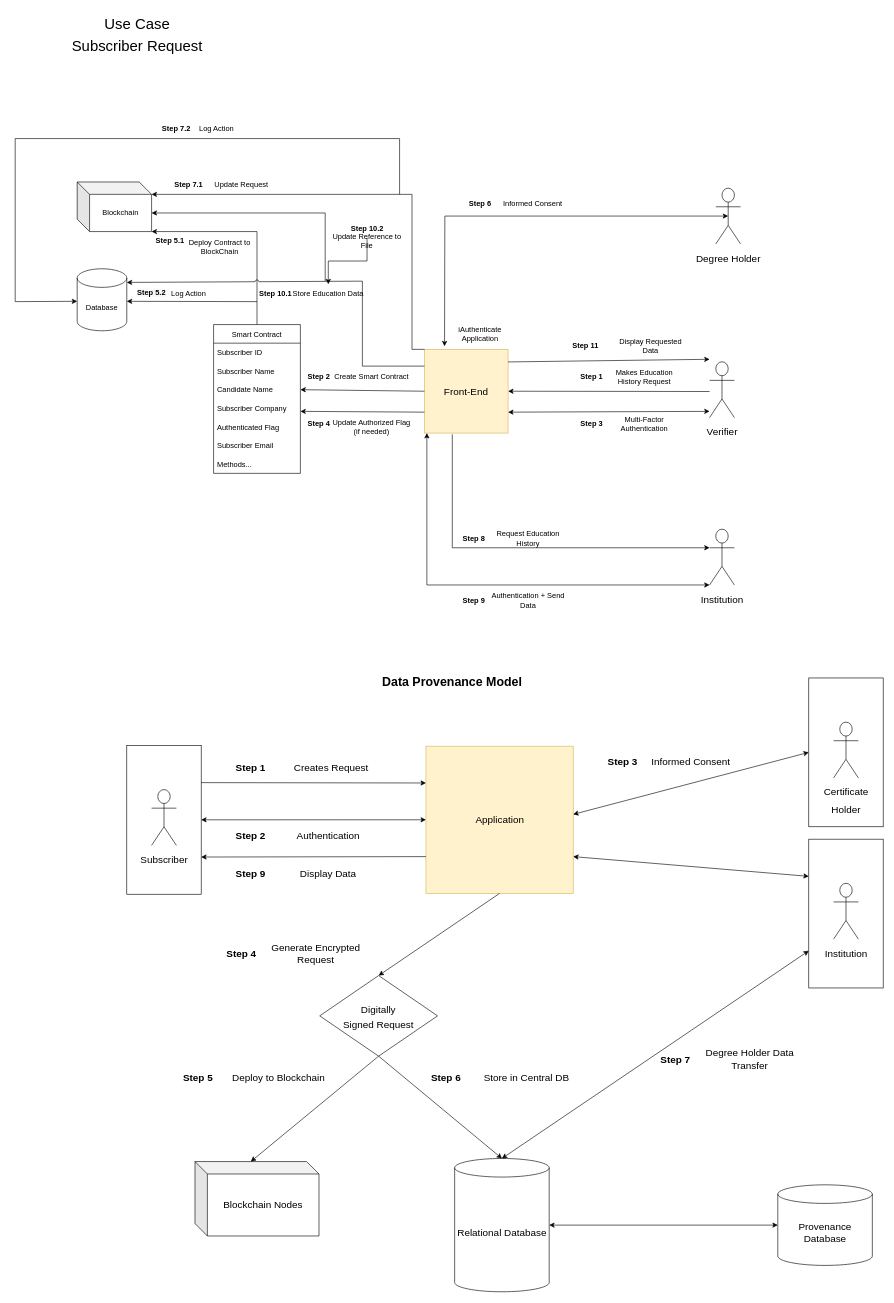
Before: AuthenticatorAppUses.drawio in tkalp/AuthenticatorApp, a draw.io diagram. Source tidied: cells renumbered, new cells numbered last; positions are measured from the earlier drawing's top-left corner, leaving out a move shared by most shapes. Both pictures are drawn from the tidied source at 62%, with x=0, y=0 at pixel (15, 20).
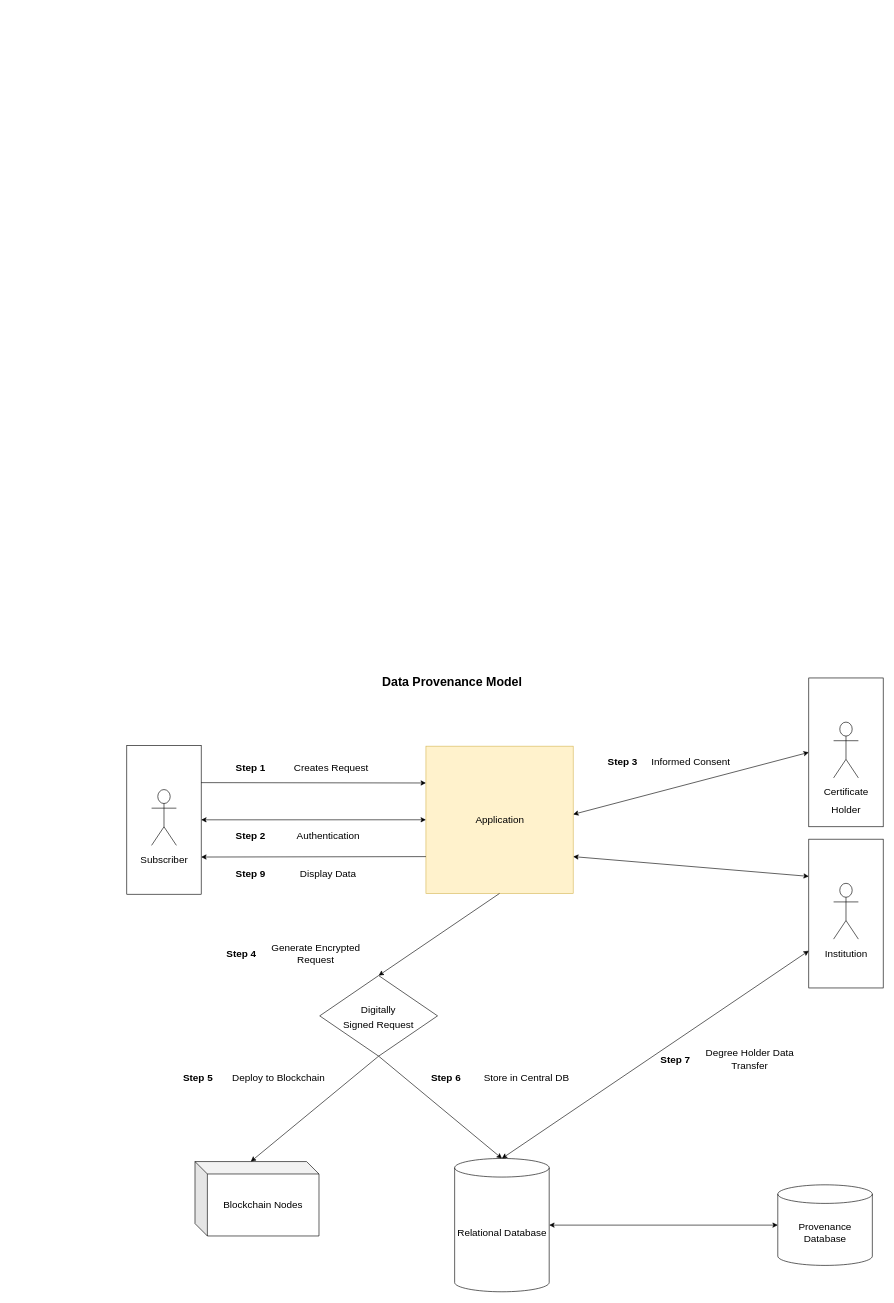
Above is the later version.

What changed in the source:
```diff
@@
-    <mxCell id="2" value="&lt;font style=&quot;font-size: 24px&quot;&gt;Use Case Subscriber Request&lt;/font&gt;" style="text;html=1;strokeColor=none;fillColor=none;align=center;verticalAlign=middle;whiteSpace=wrap;rounded=0;fontSize=30;fontColor=default;" parent="1" vertex="1">
-      <mxGeometry x="82.5" width="227.5" height="40" as="geometry" />
-    </mxCell>
-    <mxCell id="3" value="&lt;font style=&quot;font-size: 16px&quot;&gt;Verifier&lt;br&gt;&lt;br&gt;&lt;/font&gt;" style="shape=umlActor;verticalLabelPosition=bottom;verticalAlign=top;html=1;fontSize=24;fillColor=default;strokeColor=default;fontColor=default;" parent="1" vertex="1">
-      <mxGeometry x="1120" y="550" width="40" height="90" as="geometry" />
-    </mxCell>
-    <mxCell id="4" style="endArrow=classic;html=1;rounded=0;fontSize=16;entryX=1;entryY=0.5;entryDx=0;entryDy=0;strokeColor=default;labelBackgroundColor=default;fontColor=default;" parent="1" edge="1" target="5">
-      <mxGeometry relative="1" as="geometry">
-        <mxPoint x="1120" y="598" as="sourcePoint" />
-      </mxGeometry>
-    </mxCell>
-    <mxCell id="5" value="Front-End" style="whiteSpace=wrap;html=1;fontSize=16;fillColor=#fff2cc;strokeColor=#d6b656;fontColor=default;" parent="1" vertex="1">
-      <mxGeometry x="660" y="530" width="135" height="135" as="geometry" />
-    </mxCell>
-    <mxCell id="6" value="iAuthenticate Application" style="text;html=1;strokeColor=none;fillColor=none;align=center;verticalAlign=middle;whiteSpace=wrap;rounded=0;fontSize=12;fontColor=default;" parent="1" vertex="1">
-      <mxGeometry x="700" y="490" width="100" height="30" as="geometry" />
-    </mxCell>
-    <mxCell id="7" value="&lt;b&gt;Step 1&lt;/b&gt;" style="text;html=1;strokeColor=none;fillColor=none;align=center;verticalAlign=middle;whiteSpace=wrap;rounded=0;fontSize=12;fontColor=default;" parent="1" vertex="1">
-      <mxGeometry x="900" y="560" width="60" height="30" as="geometry" />
-    </mxCell>
-    <mxCell id="8" value="Makes Education History Request" style="text;html=1;strokeColor=none;fillColor=none;align=center;verticalAlign=middle;whiteSpace=wrap;rounded=0;fontSize=12;fontColor=default;" parent="1" vertex="1">
-      <mxGeometry x="950" y="560" width="130" height="30" as="geometry" />
-    </mxCell>
-    <mxCell id="9" style="endArrow=classic;startArrow=classic;html=1;rounded=0;fontSize=12;exitX=1;exitY=0.75;exitDx=0;exitDy=0;strokeColor=default;labelBackgroundColor=default;fontColor=default;" parent="1" edge="1" source="5">
-      <mxGeometry relative="1" as="geometry">
-        <mxPoint x="1120" y="630" as="targetPoint" />
-      </mxGeometry>
-    </mxCell>
-    <mxCell id="10" value="&lt;b&gt;Step 3&lt;/b&gt;" style="text;html=1;strokeColor=none;fillColor=none;align=center;verticalAlign=middle;whiteSpace=wrap;rounded=0;fontSize=12;" parent="1" vertex="1">
-      <mxGeometry x="900" y="635" width="60" height="30" as="geometry" />
-    </mxCell>
-    <mxCell id="11" value="Multi-Factor Authentication" style="text;html=1;strokeColor=none;fillColor=none;align=center;verticalAlign=middle;whiteSpace=wrap;rounded=0;fontSize=12;" parent="1" vertex="1">
-      <mxGeometry x="950" y="635" width="130" height="30" as="geometry" />
-    </mxCell>
-    <mxCell id="12" value="Smart Contract" style="swimlane;fontStyle=0;horizontal=1;startSize=30;fontSize=12;fontColor=default;" parent="1" vertex="1">
-      <mxGeometry x="320" y="490" width="140" height="240" as="geometry" />
-    </mxCell>
-    <mxCell id="13" value="Subscriber ID" style="text;strokeColor=none;fillColor=none;align=left;verticalAlign=middle;spacingLeft=4;spacingRight=4;overflow=hidden;fontSize=12;" parent="12" vertex="1">
-      <mxGeometry y="30" width="140" height="30" as="geometry" />
-    </mxCell>
-    <mxCell id="14" value="Subscriber Name" style="text;strokeColor=none;fillColor=none;align=left;verticalAlign=middle;spacingLeft=4;spacingRight=4;overflow=hidden;fontSize=12;" parent="12" vertex="1">
-      <mxGeometry y="60" width="140" height="30" as="geometry" />
-    </mxCell>
-    <mxCell id="15" value="Candidate Name" style="text;strokeColor=none;fillColor=none;align=left;verticalAlign=middle;spacingLeft=4;spacingRight=4;overflow=hidden;points=[[0,0.5],[1,0.5]];portConstraint=eastwest;fontSize=12;" parent="12" vertex="1">
-      <mxGeometry y="90" width="140" height="30" as="geometry" />
-    </mxCell>
-    <mxCell id="16" value="Subscriber Company" style="text;strokeColor=none;fillColor=none;align=left;verticalAlign=middle;spacingLeft=4;spacingRight=4;overflow=hidden;fontSize=12;" parent="12" vertex="1">
-      <mxGeometry y="120" width="140" height="30" as="geometry" />
-    </mxCell>
-    <mxCell id="17" value="Authenticated Flag" style="text;strokeColor=none;fillColor=none;align=left;verticalAlign=middle;spacingLeft=4;spacingRight=4;overflow=hidden;fontSize=12;" parent="12" vertex="1">
-      <mxGeometry y="150" width="140" height="30" as="geometry" />
-    </mxCell>
-    <mxCell id="18" value="Subscriber Email" style="text;strokeColor=none;fillColor=none;align=left;verticalAlign=middle;spacingLeft=4;spacingRight=4;overflow=hidden;fontSize=12;fontColor=default;" parent="12" vertex="1">
-      <mxGeometry y="180" width="140" height="30" as="geometry" />
-    </mxCell>
-    <mxCell id="19" value="Methods..." style="text;strokeColor=none;fillColor=none;align=left;verticalAlign=middle;spacingLeft=4;spacingRight=4;overflow=hidden;fontSize=12;fontColor=default;" parent="12" vertex="1">
-      <mxGeometry y="210" width="140" height="30" as="geometry" />
-    </mxCell>
-    <mxCell id="20" style="endArrow=classic;html=1;rounded=0;fontSize=16;entryX=1;entryY=0.5;entryDx=0;entryDy=0;exitX=0;exitY=0.5;exitDx=0;exitDy=0;strokeColor=default;labelBackgroundColor=default;fontColor=default;" parent="1" edge="1" source="5" target="15">
-      <mxGeometry relative="1" as="geometry" />
-    </mxCell>
-    <mxCell id="21" value="&lt;b&gt;Step 2&lt;/b&gt;" style="text;html=1;strokeColor=none;fillColor=none;align=center;verticalAlign=middle;whiteSpace=wrap;rounded=0;fontSize=12;fontColor=default;" parent="1" vertex="1">
-      <mxGeometry x="465" y="560" width="50" height="30" as="geometry" />
-    </mxCell>
-    <mxCell id="22" value="Create Smart Contract" style="text;html=1;strokeColor=none;fillColor=none;align=center;verticalAlign=middle;whiteSpace=wrap;rounded=0;fontSize=12;fontColor=default;" parent="1" vertex="1">
-      <mxGeometry x="510" y="560" width="130" height="30" as="geometry" />
-    </mxCell>
-    <mxCell id="23" style="endArrow=classic;html=1;rounded=0;fontSize=16;exitX=0;exitY=0.75;exitDx=0;exitDy=0;" parent="1" edge="1" source="5">
-      <mxGeometry relative="1" as="geometry">
-        <mxPoint x="460" y="630" as="targetPoint" />
-      </mxGeometry>
-    </mxCell>
-    <mxCell id="24" value="&lt;b&gt;Step 4&lt;/b&gt;" style="text;html=1;strokeColor=none;fillColor=none;align=center;verticalAlign=middle;whiteSpace=wrap;rounded=0;fontSize=12;fontColor=default;" parent="1" vertex="1">
-      <mxGeometry x="465" y="635" width="50" height="30" as="geometry" />
-    </mxCell>
-    <mxCell id="25" value="Update Authorized Flag (if needed)" style="text;html=1;strokeColor=none;fillColor=none;align=center;verticalAlign=middle;whiteSpace=wrap;rounded=0;fontSize=12;fontColor=default;" parent="1" vertex="1">
-      <mxGeometry x="510" y="640" width="130" height="30" as="geometry" />
-    </mxCell>
-    <mxCell id="26" style="endArrow=classic;html=1;rounded=0;fontSize=12;exitX=0.5;exitY=0;exitDx=0;exitDy=0;strokeColor=default;labelBackgroundColor=default;fontColor=default;entryX=1;entryY=1;entryDx=0;entryDy=0;entryPerimeter=0;" parent="1" edge="1" source="12" target="27">
-      <mxGeometry relative="1" as="geometry">
-        <Array as="points">
-          <mxPoint x="390" y="340" />
-        </Array>
-      </mxGeometry>
-    </mxCell>
-    <mxCell id="27" value="Blockchain" style="shape=cube;whiteSpace=wrap;html=1;boundedLbl=1;backgroundOutline=1;darkOpacity=0.05;darkOpacity2=0.1;fontSize=12;fillColor=default;strokeColor=default;fontColor=default;" parent="1" vertex="1">
-      <mxGeometry x="100" y="260" width="120" height="80" as="geometry" />
-    </mxCell>
-    <mxCell id="28" value="&lt;b&gt;Step 5.1&lt;/b&gt;" style="text;html=1;strokeColor=none;fillColor=none;align=center;verticalAlign=middle;whiteSpace=wrap;rounded=0;fontSize=12;fontColor=default;" parent="1" vertex="1">
-      <mxGeometry x="220" y="340" width="60" height="30" as="geometry" />
-    </mxCell>
-    <mxCell id="29" value="Deploy Contract to BlockChain" style="text;html=1;strokeColor=none;fillColor=none;align=center;verticalAlign=middle;whiteSpace=wrap;rounded=0;fontSize=12;fontColor=default;" parent="1" vertex="1">
-      <mxGeometry x="265" y="350" width="130" height="30" as="geometry" />
-    </mxCell>
-    <mxCell id="30" style="endArrow=classic;html=1;rounded=0;fontSize=12;entryX=1;entryY=0;entryDx=0;entryDy=52.5;entryPerimeter=0;strokeColor=default;labelBackgroundColor=default;fontColor=default;" parent="1" edge="1" target="31">
-      <mxGeometry relative="1" as="geometry">
-        <mxPoint x="390" y="453" as="sourcePoint" />
-      </mxGeometry>
-    </mxCell>
-    <mxCell id="31" value="Database" style="shape=cylinder3;whiteSpace=wrap;html=1;boundedLbl=1;backgroundOutline=1;size=15;fontSize=12;fillColor=default;strokeColor=default;fontColor=default;" parent="1" vertex="1">
-      <mxGeometry x="100" y="400" width="80" height="100" as="geometry" />
-    </mxCell>
-    <mxCell id="32" value="Log Action" style="text;html=1;strokeColor=none;fillColor=none;align=center;verticalAlign=middle;whiteSpace=wrap;rounded=0;fontSize=12;fontColor=default;" parent="1" vertex="1">
-      <mxGeometry x="240" y="425" width="80" height="30" as="geometry" />
-    </mxCell>
-    <mxCell id="33" value="&lt;font style=&quot;font-size: 16px&quot;&gt;Degree Holder&lt;/font&gt;" style="shape=umlActor;verticalLabelPosition=bottom;verticalAlign=top;html=1;outlineConnect=0;fontSize=24;fillColor=default;strokeColor=default;fontColor=default;" parent="1" vertex="1">
-      <mxGeometry x="1130" y="270" width="40" height="90" as="geometry" />
-    </mxCell>
-    <mxCell id="34" style="endArrow=classic;startArrow=classic;html=1;rounded=0;labelBackgroundColor=default;fontColor=default;strokeColor=default;exitX=0.25;exitY=0;exitDx=0;exitDy=0;entryX=0.5;entryY=0.5;entryDx=0;entryDy=0;entryPerimeter=0;" parent="1" edge="1" target="33">
-      <mxGeometry relative="1" as="geometry">
-        <mxPoint x="692.5" y="525" as="sourcePoint" />
-        <Array as="points">
-          <mxPoint x="693" y="315" />
-        </Array>
-      </mxGeometry>
-    </mxCell>
-    <mxCell id="35" value="&lt;b&gt;Step 6&lt;/b&gt;" style="text;html=1;strokeColor=none;fillColor=none;align=center;verticalAlign=middle;whiteSpace=wrap;rounded=0;fontSize=12;fontColor=default;" parent="1" vertex="1">
-      <mxGeometry x="720" y="280" width="60" height="30" as="geometry" />
-    </mxCell>
-    <mxCell id="36" value="Informed Consent" style="text;html=1;strokeColor=none;fillColor=none;align=center;verticalAlign=middle;whiteSpace=wrap;rounded=0;fontSize=12;fontColor=default;" parent="1" vertex="1">
-      <mxGeometry x="770" y="280" width="130" height="30" as="geometry" />
-    </mxCell>
-    <mxCell id="37" style="endArrow=classic;html=1;rounded=0;labelBackgroundColor=default;fontColor=default;strokeColor=default;entryX=0;entryY=0;entryDx=120;entryDy=20;entryPerimeter=0;exitX=0;exitY=0;exitDx=0;exitDy=0;" parent="1" edge="1" source="5" target="27">
-      <mxGeometry relative="1" as="geometry">
-        <Array as="points">
-          <mxPoint x="640" y="530" />
-          <mxPoint x="640" y="280" />
-        </Array>
-      </mxGeometry>
-    </mxCell>
-    <mxCell id="38" value="&lt;b&gt;Step 7.1&lt;/b&gt;" style="text;html=1;strokeColor=none;fillColor=none;align=center;verticalAlign=middle;whiteSpace=wrap;rounded=0;fontSize=12;fontColor=default;" parent="1" vertex="1">
-      <mxGeometry x="250" y="250" width="60" height="30" as="geometry" />
-    </mxCell>
-    <mxCell id="39" value="Update Request" style="text;html=1;strokeColor=none;fillColor=none;align=center;verticalAlign=middle;whiteSpace=wrap;rounded=0;fontSize=12;fontColor=default;" parent="1" vertex="1">
-      <mxGeometry x="300" y="250" width="130" height="30" as="geometry" />
-    </mxCell>
-    <mxCell id="40" style="endArrow=classic;html=1;rounded=0;labelBackgroundColor=default;fontColor=default;strokeColor=default;entryX=0;entryY=0;entryDx=0;entryDy=52.5;entryPerimeter=0;jumpStyle=arc;" parent="1" edge="1" target="31">
-      <mxGeometry relative="1" as="geometry">
-        <mxPoint x="620" y="280" as="sourcePoint" />
-        <Array as="points">
-          <mxPoint x="620" y="190" />
-          <mxPoint y="190" />
-          <mxPoint y="453" />
-        </Array>
-      </mxGeometry>
-    </mxCell>
-    <mxCell id="41" value="Log Action" style="text;html=1;strokeColor=none;fillColor=none;align=center;verticalAlign=middle;whiteSpace=wrap;rounded=0;fontSize=12;fontColor=default;" parent="1" vertex="1">
-      <mxGeometry x="285" y="160" width="80" height="30" as="geometry" />
-    </mxCell>
-    <mxCell id="42" value="&lt;font style=&quot;font-size: 16px&quot;&gt;Institution&lt;/font&gt;" style="shape=umlActor;verticalLabelPosition=bottom;verticalAlign=top;html=1;outlineConnect=0;fontSize=24;fillColor=default;strokeColor=default;fontColor=default;" parent="1" vertex="1">
-      <mxGeometry x="1120" y="820" width="40" height="90" as="geometry" />
-    </mxCell>
-    <mxCell id="43" value="&lt;b&gt;Step 8&lt;/b&gt;" style="text;html=1;strokeColor=none;fillColor=none;align=center;verticalAlign=middle;whiteSpace=wrap;rounded=0;fontSize=12;fontColor=default;" parent="1" vertex="1">
-      <mxGeometry x="710" y="820" width="60" height="30" as="geometry" />
-    </mxCell>
-    <mxCell id="44" value="Request Education History" style="text;html=1;strokeColor=none;fillColor=none;align=center;verticalAlign=middle;whiteSpace=wrap;rounded=0;fontSize=12;fontColor=default;" parent="1" vertex="1">
-      <mxGeometry x="760" y="820" width="135" height="30" as="geometry" />
-    </mxCell>
-    <mxCell id="45" style="endArrow=classic;html=1;rounded=0;fontSize=16;strokeColor=default;labelBackgroundColor=default;fontColor=default;exitX=0.316;exitY=1.014;exitDx=0;exitDy=0;entryX=0;entryY=0.3333333333333333;entryDx=0;entryDy=0;entryPerimeter=0;exitPerimeter=0;" parent="1" edge="1" target="42">
-      <mxGeometry relative="1" as="geometry">
-        <mxPoint x="705" y="667" as="sourcePoint" />
-        <Array as="points">
-          <mxPoint x="705" y="850" />
-          <mxPoint x="890" y="850" />
-        </Array>
-      </mxGeometry>
-    </mxCell>
-    <mxCell id="46" style="endArrow=classic;startArrow=classic;html=1;rounded=0;labelBackgroundColor=default;fontColor=default;strokeColor=default;jumpStyle=arc;exitX=0;exitY=1;exitDx=0;exitDy=0;exitPerimeter=0;entryX=0.1;entryY=1;entryDx=0;entryDy=0;entryPerimeter=0;" parent="1" edge="1" source="42">
-      <mxGeometry relative="1" as="geometry">
-        <mxPoint x="664" y="665" as="targetPoint" />
-        <Array as="points">
-          <mxPoint x="664" y="910" />
-        </Array>
-      </mxGeometry>
-    </mxCell>
-    <mxCell id="47" value="&lt;b&gt;Step 9&lt;/b&gt;" style="text;html=1;strokeColor=none;fillColor=none;align=center;verticalAlign=middle;whiteSpace=wrap;rounded=0;fontSize=12;fontColor=default;" parent="1" vertex="1">
-      <mxGeometry x="710" y="920" width="60" height="30" as="geometry" />
-    </mxCell>
-    <mxCell id="48" value="Authentication + Send Data" style="text;html=1;strokeColor=none;fillColor=none;align=center;verticalAlign=middle;whiteSpace=wrap;rounded=0;fontSize=12;fontColor=default;" parent="1" vertex="1">
-      <mxGeometry x="760" y="920" width="135" height="30" as="geometry" />
-    </mxCell>
-    <mxCell id="49" style="endArrow=classic;html=1;rounded=0;fontSize=16;entryX=1;entryY=0.22;entryDx=0;entryDy=0;strokeColor=default;labelBackgroundColor=default;fontColor=default;entryPerimeter=0;jumpStyle=arc;exitX=0;exitY=0.2;exitDx=0;exitDy=0;exitPerimeter=0;" parent="1" edge="1" source="5" target="31">
-      <mxGeometry relative="1" as="geometry">
-        <Array as="points">
-          <mxPoint x="560" y="557" />
-          <mxPoint x="560" y="420" />
-        </Array>
-      </mxGeometry>
-    </mxCell>
-    <mxCell id="50" style="endArrow=classic;html=1;rounded=0;fontSize=16;entryX=0;entryY=0;entryDx=120;entryDy=50;strokeColor=default;labelBackgroundColor=default;fontColor=default;entryPerimeter=0;jumpStyle=arc;" parent="1" edge="1" target="27">
-      <mxGeometry relative="1" as="geometry">
-        <mxPoint x="500" y="420" as="sourcePoint" />
-        <Array as="points">
-          <mxPoint x="500" y="310" />
-          <mxPoint x="440" y="310" />
-          <mxPoint x="370" y="310" />
-        </Array>
-      </mxGeometry>
-    </mxCell>
-    <mxCell id="51" value="&lt;b&gt;Step 10.1&lt;/b&gt;" style="text;html=1;strokeColor=none;fillColor=none;align=center;verticalAlign=middle;whiteSpace=wrap;rounded=0;fontSize=12;fontColor=default;" parent="1" vertex="1">
-      <mxGeometry x="390" y="425" width="60" height="30" as="geometry" />
-    </mxCell>
-    <mxCell id="52" value="Store Education Data" style="text;html=1;strokeColor=none;fillColor=none;align=center;verticalAlign=middle;whiteSpace=wrap;rounded=0;fontSize=12;fontColor=default;" parent="1" vertex="1">
-      <mxGeometry x="440" y="425" width="130" height="30" as="geometry" />
-    </mxCell>
-    <mxCell id="53" value="Update Reference to File" style="text;html=1;strokeColor=none;fillColor=none;align=center;verticalAlign=middle;whiteSpace=wrap;rounded=0;fontSize=12;fontColor=default;" parent="1" vertex="1">
-      <mxGeometry x="500" y="340" width="135" height="30" as="geometry" />
-    </mxCell>
-    <mxCell id="54" style="endArrow=classic;html=1;rounded=0;fontSize=16;strokeColor=default;labelBackgroundColor=default;fontColor=default;exitX=1;exitY=0.15;exitDx=0;exitDy=0;exitPerimeter=0;" parent="1" edge="1" source="5">
-      <mxGeometry relative="1" as="geometry">
-        <mxPoint x="1120" y="546" as="targetPoint" />
-      </mxGeometry>
-    </mxCell>
-    <mxCell id="55" value="&lt;b&gt;Step 11&lt;/b&gt;" style="text;html=1;strokeColor=none;fillColor=none;align=center;verticalAlign=middle;whiteSpace=wrap;rounded=0;fontSize=12;fontColor=default;" parent="1" vertex="1">
-      <mxGeometry x="890" y="510" width="60" height="30" as="geometry" />
-    </mxCell>
-    <mxCell id="56" value="Display Requested Data" style="text;html=1;strokeColor=none;fillColor=none;align=center;verticalAlign=middle;whiteSpace=wrap;rounded=0;fontSize=12;fontColor=default;" parent="1" vertex="1">
-      <mxGeometry x="960" y="510" width="130" height="30" as="geometry" />
-    </mxCell>
-    <mxCell id="57" value="&lt;b style=&quot;font-family: &amp;#34;helvetica&amp;#34; ; font-size: 12px ; font-style: normal ; letter-spacing: normal ; text-align: center ; text-indent: 0px ; text-transform: none ; word-spacing: 0px ; background-color: rgb(248 , 249 , 250)&quot;&gt;Step 5.2&lt;/b&gt;" style="text;whiteSpace=wrap;html=1;fontColor=default;" parent="1" vertex="1">
-      <mxGeometry x="195" y="425" width="70" height="30" as="geometry" />
-    </mxCell>
-    <mxCell id="58" value="&lt;b&gt;Step 7.2&lt;/b&gt;" style="text;html=1;strokeColor=none;fillColor=none;align=center;verticalAlign=middle;whiteSpace=wrap;rounded=0;fontSize=12;fontColor=default;" parent="1" vertex="1">
-      <mxGeometry x="230" y="160" width="60" height="30" as="geometry" />
-    </mxCell>
-    <mxCell id="59" style="edgeStyle=orthogonalEdgeStyle;rounded=0;jettySize=auto;html=1;" parent="1" edge="1" source="60" target="52">
-      <mxGeometry relative="1" as="geometry" />
-    </mxCell>
-    <mxCell id="60" value="&lt;b&gt;Step 10.2&lt;/b&gt;" style="text;html=1;strokeColor=none;fillColor=none;align=center;verticalAlign=middle;whiteSpace=wrap;rounded=0;fontSize=12;fontColor=default;" parent="1" vertex="1">
-      <mxGeometry x="537.5" y="320" width="60" height="30" as="geometry" />
-    </mxCell>
```
